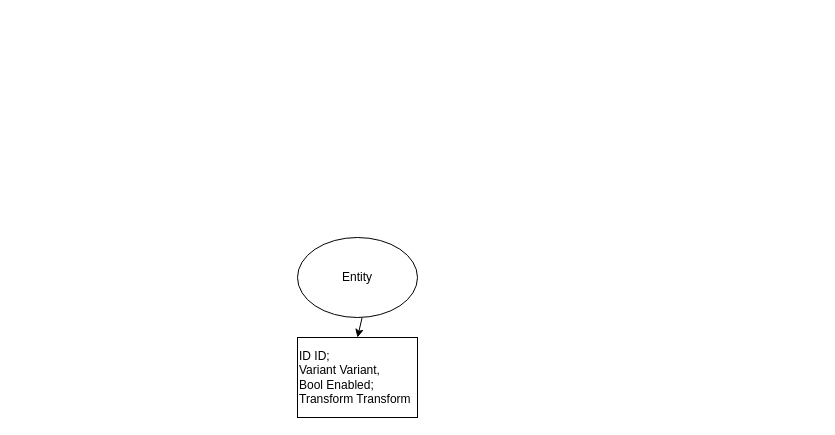
Earlier version of the draw.io diagram docs/SystemDocs/EntitySystem/ECS.drawio (mardanPolis/Luminix). Source tidied: cells renumbered, new cells numbered last; positions are measured from the earlier drawing's top-left corner, leaving out a move shared by most shapes. Both pictures are drawn from the tidied source at 100%, with x=0, y=0 at pixel (297, 237).
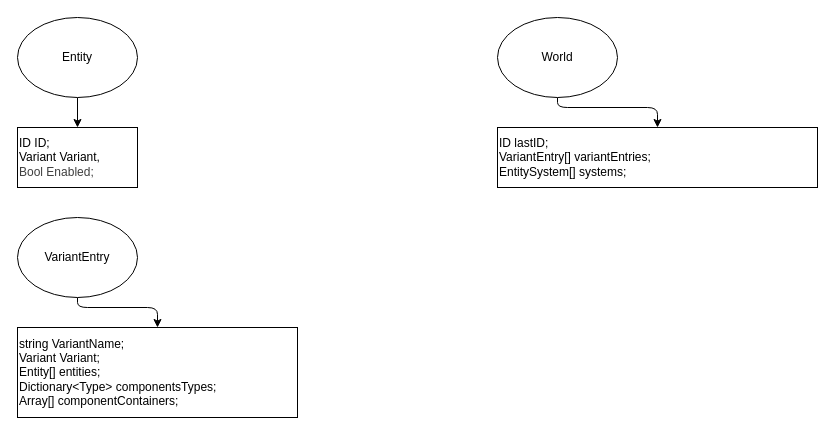
The same page after the edit.

The edit, as a diff of the source:
```diff
@@
 <mxGraphModel>
   <root>
     <mxCell id="0" />
     <mxCell id="1" parent="0" />
     <mxCell id="2" style="edgeStyle=none;html=1;entryX=0.5;entryY=0;entryDx=0;entryDy=0;shadow=0;" parent="1" edge="1" source="3" target="4">
       <mxGeometry relative="1" as="geometry" />
     </mxCell>
     <mxCell id="3" value="Entity" style="ellipse;whiteSpace=wrap;html=1;shadow=0;" parent="1" vertex="1">
-      <mxGeometry width="120" height="80" as="geometry" />
+      <mxGeometry x="-280" y="-220" width="120" height="80" as="geometry" />
     </mxCell>
-    <mxCell id="4" value="ID ID;&lt;br&gt;Variant Variant,&amp;nbsp;&lt;div&gt;Bool Enabled;&lt;br&gt;Transform Transform&lt;/div&gt;" style="rounded=0;whiteSpace=wrap;html=1;align=left;shadow=0;" parent="1" vertex="1">
-      <mxGeometry y="100" width="120" height="80" as="geometry" />
+    <mxCell id="4" value="&lt;span style=&quot;color: rgb(0, 0, 0);&quot;&gt;ID ID;&lt;/span&gt;&lt;br style=&quot;color: rgb(63, 63, 63); scrollbar-color: rgb(226, 226, 226) rgb(251, 251, 251);&quot;&gt;&lt;span style=&quot;color: rgb(0, 0, 0);&quot;&gt;Variant Variant,&amp;nbsp;&lt;/span&gt;&lt;div style=&quot;color: rgb(63, 63, 63); scrollbar-color: rgb(226, 226, 226) rgb(251, 251, 251);&quot;&gt;Bool Enabled;&lt;/div&gt;" style="rounded=0;whiteSpace=wrap;html=1;align=left;shadow=0;perimeter=rectanglePerimeter;" parent="1" vertex="1">
+      <mxGeometry x="-280" y="-110" width="120" height="60" as="geometry" />
     </mxCell>
     <mxCell id="5" style="edgeStyle=none;html=1;entryX=0.5;entryY=0;entryDx=0;entryDy=0;shadow=0;" parent="1" edge="1">
       <mxGeometry relative="1" as="geometry">
         <mxPoint x="220" y="80" as="sourcePoint" />
       </mxGeometry>
     </mxCell>
+    <mxCell id="6" style="edgeStyle=none;html=1;entryX=0.5;entryY=0;entryDx=0;entryDy=0;" parent="1" edge="1" source="7" target="12">
+      <mxGeometry relative="1" as="geometry">
+        <Array as="points">
+          <mxPoint x="260" y="-130" />
+          <mxPoint x="360" y="-130" />
+        </Array>
+      </mxGeometry>
+    </mxCell>
+    <mxCell id="7" value="World" style="ellipse;whiteSpace=wrap;html=1;" parent="1" vertex="1">
+      <mxGeometry x="200" y="-220" width="120" height="80" as="geometry" />
+    </mxCell>
+    <mxCell id="8" style="edgeStyle=none;html=1;entryX=0.5;entryY=0;entryDx=0;entryDy=0;" parent="1" edge="1">
+      <mxGeometry relative="1" as="geometry">
+        <mxPoint x="-60" y="-140" as="sourcePoint" />
+        <Array as="points">
+          <mxPoint x="-60" y="-130" />
+          <mxPoint y="-130" />
+        </Array>
+      </mxGeometry>
+    </mxCell>
+    <mxCell id="9" style="edgeStyle=none;html=1;entryX=0.5;entryY=0;entryDx=0;entryDy=0;" parent="1" edge="1" source="10" target="11">
+      <mxGeometry relative="1" as="geometry">
+        <Array as="points">
+          <mxPoint x="-220" y="70" />
+          <mxPoint x="-140" y="70" />
+        </Array>
+      </mxGeometry>
+    </mxCell>
+    <mxCell id="10" value="VariantEntry" style="ellipse;whiteSpace=wrap;html=1;" parent="1" vertex="1">
+      <mxGeometry x="-280" y="-20" width="120" height="80" as="geometry" />
+    </mxCell>
+    <mxCell id="11" value="&lt;div style=&quot;&quot;&gt;&lt;span style=&quot;background-color: transparent;&quot;&gt;string VariantName;&lt;/span&gt;&lt;/div&gt;&lt;div style=&quot;&quot;&gt;&lt;span style=&quot;background-color: transparent;&quot;&gt;Variant Variant;&lt;br&gt;Entity[] entities;&lt;/span&gt;&lt;/div&gt;&lt;div style=&quot;&quot;&gt;&lt;span style=&quot;background-color: transparent;&quot;&gt;Dictionary&amp;lt;Type&amp;gt; componentsTypes;&lt;/span&gt;&lt;/div&gt;&lt;div style=&quot;&quot;&gt;Array[] componentContainers;&lt;/div&gt;" style="rounded=0;whiteSpace=wrap;html=1;align=left;" parent="1" vertex="1">
+      <mxGeometry x="-280" y="90" width="280" height="90" as="geometry" />
+    </mxCell>
+    <mxCell id="12" value="ID lastID;&lt;br&gt;VariantEntry[] variantEntries;&lt;br&gt;EntitySystem[] systems;" style="rounded=0;whiteSpace=wrap;html=1;align=left;" parent="1" vertex="1">
+      <mxGeometry x="200" y="-110" width="320" height="60" as="geometry" />
+    </mxCell>
   </root>
 </mxGraphModel>
```
